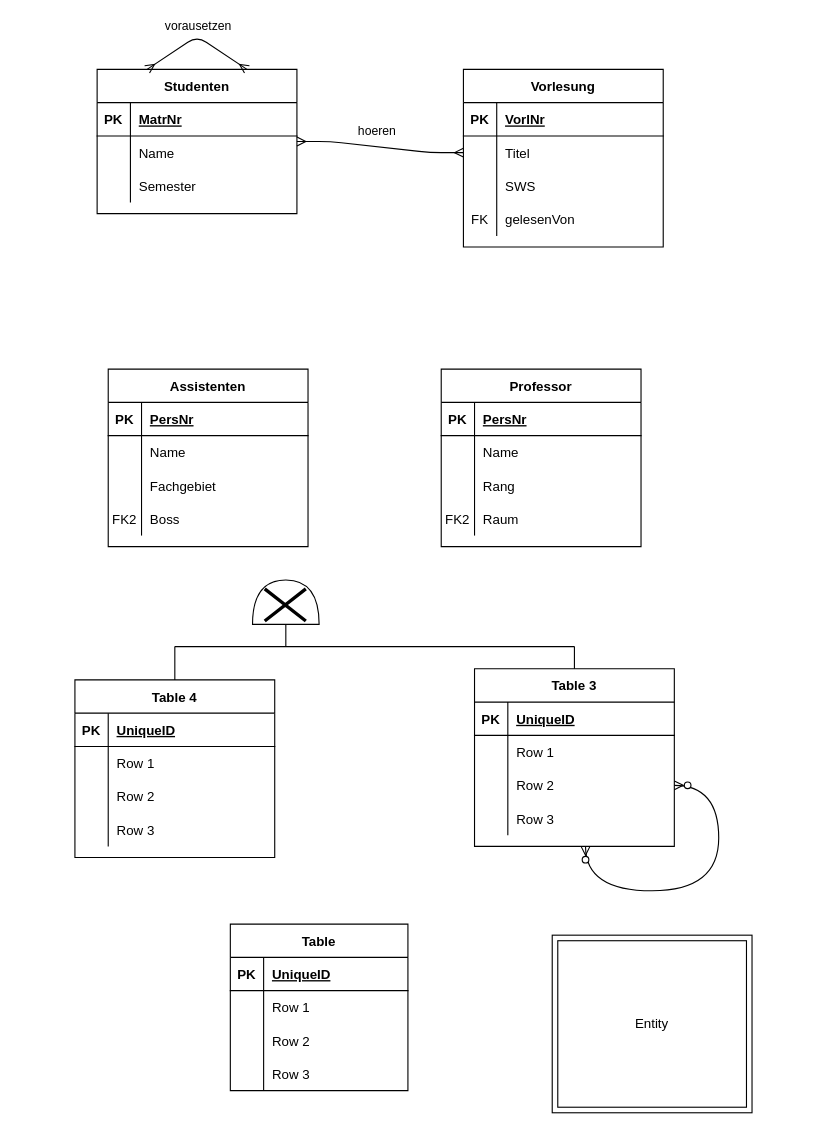
Earlier version of the draw.io diagram P1_A1_EERD.drawio (TobiasMusiol/DB2_SoSem21). Source tidied: cells renumbered, new cells numbered last; positions are measured from the earlier drawing's top-left corner, leaving out a move shared by most shapes. Both pictures are drawn from the tidied source at 111%, with x=0, y=0 at pixel (74, 36).
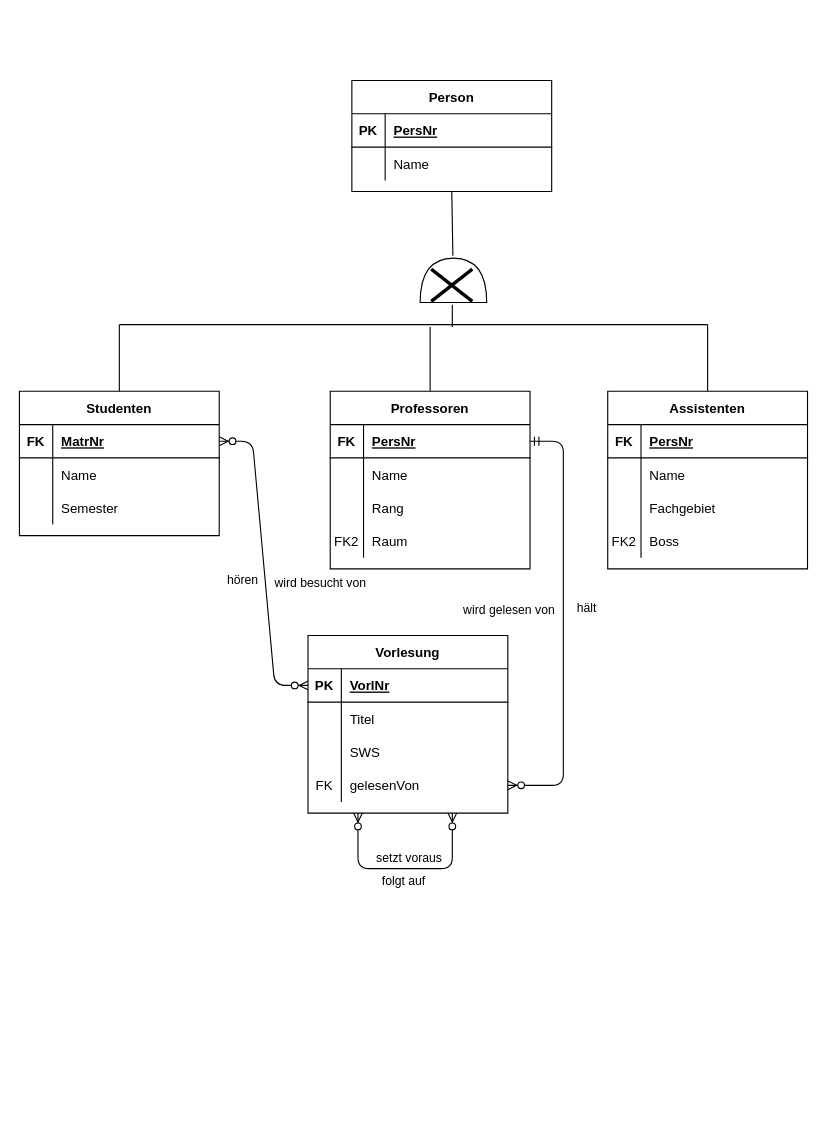
The same page after the edit.

The change refers to these unchanged cells:
```xml
<mxCell id="4" style="shape=partialRectangle;fillColor=none;top=0;left=0;bottom=1;right=0;points=[[0,0.5],[1,0.5]];portConstraint=eastwest;" parent="3" vertex="1">
  <mxGeometry y="30" width="180" height="30" as="geometry" />
</mxCell>
<mxCell id="14" style="shape=partialRectangle;fillColor=none;top=0;left=0;bottom=1;right=0;points=[[0,0.5],[1,0.5]];portConstraint=eastwest;" parent="13" vertex="1">
  <mxGeometry y="30" width="180" height="30" as="geometry" />
</mxCell>
<mxCell id="17" style="shape=partialRectangle;fillColor=none;top=0;left=0;bottom=0;right=0;points=[[0,0.5],[1,0.5]];portConstraint=eastwest;" parent="13" vertex="1">
  <mxGeometry y="60" width="180" height="30" as="geometry" />
</mxCell>
<mxCell id="23" style="shape=partialRectangle;fillColor=none;top=0;left=0;bottom=0;right=0;points=[[0,0.5],[1,0.5]];portConstraint=eastwest;" parent="13" vertex="1">
  <mxGeometry y="120" width="180" height="30" as="geometry" />
</mxCell>
<mxCell id="73" style="shape=partialRectangle;fillColor=none;top=0;left=0;bottom=1;right=0;" parent="72" vertex="1">
  <mxGeometry y="30" width="180" height="30" as="geometry" />
</mxCell>
<mxCell id="86" style="shape=partialRectangle;fillColor=none;top=0;left=0;bottom=1;right=0;points=[[0,0.5],[1,0.5]];portConstraint=eastwest;" parent="85" vertex="1">
  <mxGeometry y="30" width="180" height="30" as="geometry" />
</mxCell>
```

Change to the diagram source:
```diff
@@
-    <mxCell id="2" value="Entity" style="shape=ext;margin=3;double=1;whiteSpace=wrap;html=1;align=center;strokeWidth=1;" parent="1" vertex="1">
-      <mxGeometry x="430" y="810" width="180" height="160" as="geometry" />
-    </mxCell>
     <mxCell id="3" value="Studenten" style="shape=table;startSize=30;childLayout=tableLayout;rowLines=0;fontStyle=1;align=center;" parent="1" vertex="1">
-      <mxGeometry x="20" y="30" width="180" height="130" as="geometry" />
+      <mxGeometry x="-50" y="320" width="180" height="130" as="geometry" />
     </mxCell>
@@
-    <mxCell id="5" value="PK" style="shape=partialRectangle;fillColor=none;top=0;left=0;bottom=0;right=0;fontStyle=1;overflow=hidden;" parent="4" vertex="1">
+    <mxCell id="5" value="FK" style="shape=partialRectangle;fillColor=none;top=0;left=0;bottom=0;right=0;fontStyle=1;overflow=hidden;" parent="4" vertex="1">
       <mxGeometry width="30" height="30" as="geometry" />
     </mxCell>
@@
-    <mxCell id="13" value="Vorlesung" style="shape=table;startSize=30;childLayout=tableLayout;rowLines=0;fontStyle=1;align=center;" parent="1" vertex="1">
-      <mxGeometry x="350" y="30" width="180" height="160" as="geometry" />
+    <mxCell id="13" value="Vorlesung" style="shape=table;startSize=30;childLayout=tableLayout;rowLines=0;fontStyle=1;align=center;rounded=0;" parent="1" vertex="1">
+      <mxGeometry x="210" y="540" width="180" height="160" as="geometry" />
     </mxCell>
@@
     <mxCell id="26" style="shape=or;whiteSpace=wrap;html=1;rotation=-90;" parent="1" vertex="1">
-      <mxGeometry x="170" y="480" width="40" height="60" as="geometry" />
+      <mxGeometry x="321" y="190" width="40" height="60" as="geometry" />
     </mxCell>
     <mxCell id="27" style="shape=umlDestroy;whiteSpace=wrap;html=1;strokeWidth=3;" parent="1" vertex="1">
-      <mxGeometry x="171" y="498" width="37" height="29" as="geometry" />
+      <mxGeometry x="321" y="210" width="37" height="29" as="geometry" />
     </mxCell>
-    <mxCell id="28" value="Table 3" style="shape=table;startSize=30;childLayout=tableLayout;rowLines=0;fontStyle=1;align=center;" parent="1" vertex="1">
-      <mxGeometry x="360" y="570" width="180" height="160" as="geometry" />
-    </mxCell>
-    <mxCell id="29" style="shape=partialRectangle;fillColor=none;top=0;left=0;bottom=1;right=0;" parent="28" vertex="1">
-      <mxGeometry y="30" width="180" height="30" as="geometry" />
-    </mxCell>
-    <mxCell id="30" value="PK" style="shape=partialRectangle;fillColor=none;top=0;left=0;bottom=0;right=0;fontStyle=1;overflow=hidden;" parent="29" vertex="1">
-      <mxGeometry width="30" height="30" as="geometry" />
-    </mxCell>
-    <mxCell id="31" value="UniqueID" style="shape=partialRectangle;fillColor=none;top=0;left=0;bottom=0;right=0;align=left;spacingLeft=6;fontStyle=5;overflow=hidden;" parent="29" vertex="1">
-      <mxGeometry x="30" width="150" height="30" as="geometry" />
-    </mxCell>
-    <mxCell id="32" style="shape=partialRectangle;fillColor=none;top=0;left=0;bottom=0;right=0;" parent="28" vertex="1">
-      <mxGeometry y="60" width="180" height="30" as="geometry" />
-    </mxCell>
-    <mxCell id="33" style="shape=partialRectangle;fillColor=none;top=0;left=0;bottom=0;right=0;overflow=hidden;" parent="32" vertex="1">
-      <mxGeometry width="30" height="30" as="geometry" />
-    </mxCell>
-    <mxCell id="34" value="Row 1" style="shape=partialRectangle;fillColor=none;top=0;left=0;bottom=0;right=0;align=left;spacingLeft=6;overflow=hidden;" parent="32" vertex="1">
-      <mxGeometry x="30" width="150" height="30" as="geometry" />
-    </mxCell>
-    <mxCell id="35" style="shape=partialRectangle;fillColor=none;top=0;left=0;bottom=0;right=0;points=[[0,0.5],[1,0.5]];portConstraint=eastwest;" parent="28" vertex="1">
-      <mxGeometry y="90" width="180" height="30" as="geometry" />
-    </mxCell>
-    <mxCell id="36" style="shape=partialRectangle;fillColor=none;top=0;left=0;bottom=0;right=0;overflow=hidden;" parent="35" vertex="1">
-      <mxGeometry width="30" height="30" as="geometry" />
-    </mxCell>
-    <mxCell id="37" value="Row 2" style="shape=partialRectangle;fillColor=none;top=0;left=0;bottom=0;right=0;align=left;spacingLeft=6;overflow=hidden;" parent="35" vertex="1">
-      <mxGeometry x="30" width="150" height="30" as="geometry" />
-    </mxCell>
-    <mxCell id="38" style="shape=partialRectangle;fillColor=none;top=0;left=0;bottom=0;right=0;" parent="28" vertex="1">
-      <mxGeometry y="120" width="180" height="30" as="geometry" />
-    </mxCell>
-    <mxCell id="39" style="shape=partialRectangle;fillColor=none;top=0;left=0;bottom=0;right=0;overflow=hidden;" parent="38" vertex="1">
-      <mxGeometry width="30" height="30" as="geometry" />
-    </mxCell>
-    <mxCell id="40" value="Row 3" style="shape=partialRectangle;fillColor=none;top=0;left=0;bottom=0;right=0;align=left;spacingLeft=6;overflow=hidden;" parent="38" vertex="1">
-      <mxGeometry x="30" width="150" height="30" as="geometry" />
-    </mxCell>
-    <mxCell id="41" style="edgeStyle=orthogonalEdgeStyle;fontSize=12;html=1;endArrow=ERzeroToMany;endFill=1;startArrow=ERzeroToMany;jumpStyle=sharp;exitX=1;exitY=0.5;exitDx=0;exitDy=0;curved=1;" parent="28" edge="1" source="35">
-      <mxGeometry relative="1" as="geometry">
-        <mxPoint x="100" y="160" as="targetPoint" />
-        <Array as="points">
-          <mxPoint x="220" y="105" />
-          <mxPoint x="220" y="200" />
-          <mxPoint x="100" y="200" />
-        </Array>
-      </mxGeometry>
-    </mxCell>
-    <mxCell id="42" style="endArrow=none;html=1;rounded=0;entryX=0.5;entryY=0;entryDx=0;entryDy=0;" parent="1" edge="1" target="28">
+    <mxCell id="42" style="endArrow=none;html=1;rounded=0;entryX=0.5;entryY=0;entryDx=0;entryDy=0;" parent="1" edge="1" target="72">
       <mxGeometry relative="1" as="geometry">
-        <mxPoint x="450" y="550" as="sourcePoint" />
+        <mxPoint x="570" y="260" as="sourcePoint" />
       </mxGeometry>
     </mxCell>
-    <mxCell id="43" value="Table 4" style="shape=table;startSize=30;childLayout=tableLayout;rowLines=0;fontStyle=1;align=center;" parent="1" vertex="1">
-      <mxGeometry y="580" width="180" height="160" as="geometry" />
-    </mxCell>
-    <mxCell id="44" style="shape=partialRectangle;fillColor=none;top=0;left=0;bottom=1;right=0;" parent="43" vertex="1">
-      <mxGeometry y="30" width="180" height="30" as="geometry" />
-    </mxCell>
-    <mxCell id="45" value="PK" style="shape=partialRectangle;fillColor=none;top=0;left=0;bottom=0;right=0;fontStyle=1;overflow=hidden;" parent="44" vertex="1">
-      <mxGeometry width="30" height="30" as="geometry" />
-    </mxCell>
-    <mxCell id="46" value="UniqueID" style="shape=partialRectangle;fillColor=none;top=0;left=0;bottom=0;right=0;align=left;spacingLeft=6;fontStyle=5;overflow=hidden;" parent="44" vertex="1">
-      <mxGeometry x="30" width="150" height="30" as="geometry" />
-    </mxCell>
-    <mxCell id="47" style="shape=partialRectangle;fillColor=none;top=0;left=0;bottom=0;right=0;" parent="43" vertex="1">
-      <mxGeometry y="60" width="180" height="30" as="geometry" />
-    </mxCell>
-    <mxCell id="48" style="shape=partialRectangle;fillColor=none;top=0;left=0;bottom=0;right=0;overflow=hidden;" parent="47" vertex="1">
-      <mxGeometry width="30" height="30" as="geometry" />
-    </mxCell>
-    <mxCell id="49" value="Row 1" style="shape=partialRectangle;fillColor=none;top=0;left=0;bottom=0;right=0;align=left;spacingLeft=6;overflow=hidden;" parent="47" vertex="1">
-      <mxGeometry x="30" width="150" height="30" as="geometry" />
-    </mxCell>
-    <mxCell id="50" style="shape=partialRectangle;fillColor=none;top=0;left=0;bottom=0;right=0;" parent="43" vertex="1">
-      <mxGeometry y="90" width="180" height="30" as="geometry" />
-    </mxCell>
-    <mxCell id="51" style="shape=partialRectangle;fillColor=none;top=0;left=0;bottom=0;right=0;overflow=hidden;" parent="50" vertex="1">
-      <mxGeometry width="30" height="30" as="geometry" />
-    </mxCell>
-    <mxCell id="52" value="Row 2" style="shape=partialRectangle;fillColor=none;top=0;left=0;bottom=0;right=0;align=left;spacingLeft=6;overflow=hidden;" parent="50" vertex="1">
-      <mxGeometry x="30" width="150" height="30" as="geometry" />
-    </mxCell>
-    <mxCell id="53" style="shape=partialRectangle;fillColor=none;top=0;left=0;bottom=0;right=0;" parent="43" vertex="1">
-      <mxGeometry y="120" width="180" height="30" as="geometry" />
-    </mxCell>
-    <mxCell id="54" style="shape=partialRectangle;fillColor=none;top=0;left=0;bottom=0;right=0;overflow=hidden;" parent="53" vertex="1">
-      <mxGeometry width="30" height="30" as="geometry" />
-    </mxCell>
-    <mxCell id="55" value="Row 3" style="shape=partialRectangle;fillColor=none;top=0;left=0;bottom=0;right=0;align=left;spacingLeft=6;overflow=hidden;" parent="53" vertex="1">
-      <mxGeometry x="30" width="150" height="30" as="geometry" />
-    </mxCell>
-    <mxCell id="56" style="endArrow=none;html=1;rounded=0;entryX=0.5;entryY=0;entryDx=0;entryDy=0;" parent="1" edge="1" target="43">
+    <mxCell id="56" style="endArrow=none;html=1;rounded=0;entryX=0.5;entryY=0;entryDx=0;entryDy=0;" parent="1" edge="1" target="85">
       <mxGeometry relative="1" as="geometry">
-        <mxPoint x="90" y="550" as="sourcePoint" />
+        <mxPoint x="320" y="262" as="sourcePoint" />
       </mxGeometry>
     </mxCell>
     <mxCell id="57" style="endArrow=none;html=1;rounded=0;" parent="1" edge="1">
       <mxGeometry relative="1" as="geometry">
-        <mxPoint x="90" y="550" as="sourcePoint" />
-        <mxPoint x="450" y="550" as="targetPoint" />
+        <mxPoint x="40" y="260" as="sourcePoint" />
+        <mxPoint x="570" y="260" as="targetPoint" />
       </mxGeometry>
     </mxCell>
-    <mxCell id="58" style="endArrow=none;html=1;rounded=0;exitX=0;exitY=0.5;exitDx=0;exitDy=0;exitPerimeter=0;" parent="1" edge="1" source="26">
+    <mxCell id="58" style="endArrow=none;html=1;rounded=0;exitX=0;exitY=0.5;exitDx=0;exitDy=0;exitPerimeter=0;" parent="1" edge="1">
       <mxGeometry relative="1" as="geometry">
-        <mxPoint x="190" y="550" as="targetPoint" />
+        <mxPoint x="340" y="242" as="sourcePoint" />
+        <mxPoint x="340" y="262" as="targetPoint" />
       </mxGeometry>
     </mxCell>
-    <mxCell id="59" value="Table" style="shape=table;startSize=30;childLayout=tableLayout;rowLines=0;fontStyle=1;align=center;strokeWidth=1;perimeterSpacing=0;swimlaneFillColor=none;shadow=0;sketch=0;" parent="1" vertex="1">
-      <mxGeometry x="140" y="800" width="160" height="150" as="geometry" />
-    </mxCell>
-    <mxCell id="60" style="shape=partialRectangle;fillColor=none;top=0;left=0;bottom=1;right=0;" parent="59" vertex="1">
-      <mxGeometry y="30" width="160" height="30" as="geometry" />
-    </mxCell>
-    <mxCell id="61" value="PK" style="shape=partialRectangle;fillColor=none;top=0;left=0;bottom=0;right=0;fontStyle=1;overflow=hidden;" parent="60" vertex="1">
-      <mxGeometry width="30" height="30" as="geometry" />
-    </mxCell>
-    <mxCell id="62" value="UniqueID" style="shape=partialRectangle;fillColor=none;top=0;left=0;bottom=0;right=0;align=left;spacingLeft=6;fontStyle=5;overflow=hidden;" parent="60" vertex="1">
-      <mxGeometry x="30" width="130" height="30" as="geometry" />
-    </mxCell>
-    <mxCell id="63" style="shape=partialRectangle;fillColor=none;top=0;left=0;bottom=0;right=0;shadow=0;" parent="59" vertex="1">
-      <mxGeometry y="60" width="160" height="30" as="geometry" />
-    </mxCell>
-    <mxCell id="64" style="shape=partialRectangle;fillColor=none;top=0;left=0;bottom=0;right=0;overflow=hidden;" parent="63" vertex="1">
-      <mxGeometry width="30" height="30" as="geometry" />
-    </mxCell>
-    <mxCell id="65" value="Row 1" style="shape=partialRectangle;fillColor=none;top=0;left=0;bottom=0;right=0;align=left;spacingLeft=6;overflow=hidden;" parent="63" vertex="1">
-      <mxGeometry x="30" width="130" height="30" as="geometry" />
-    </mxCell>
-    <mxCell id="66" style="shape=partialRectangle;fillColor=none;top=0;left=0;bottom=0;right=0;" parent="59" vertex="1">
-      <mxGeometry y="90" width="160" height="30" as="geometry" />
-    </mxCell>
-    <mxCell id="67" style="shape=partialRectangle;fillColor=none;top=0;left=0;bottom=0;right=0;overflow=hidden;" parent="66" vertex="1">
-      <mxGeometry width="30" height="30" as="geometry" />
-    </mxCell>
-    <mxCell id="68" value="Row 2" style="shape=partialRectangle;fillColor=none;top=0;left=0;bottom=0;right=0;align=left;spacingLeft=6;overflow=hidden;" parent="66" vertex="1">
-      <mxGeometry x="30" width="130" height="30" as="geometry" />
-    </mxCell>
-    <mxCell id="69" style="shape=partialRectangle;fillColor=none;top=0;left=0;bottom=0;right=0;" parent="59" vertex="1">
-      <mxGeometry y="120" width="160" height="30" as="geometry" />
-    </mxCell>
-    <mxCell id="70" style="shape=partialRectangle;fillColor=none;top=0;left=0;bottom=0;right=0;overflow=hidden;" parent="69" vertex="1">
-      <mxGeometry width="30" height="30" as="geometry" />
-    </mxCell>
-    <mxCell id="71" value="Row 3" style="shape=partialRectangle;fillColor=none;top=0;left=0;bottom=0;right=0;align=left;spacingLeft=6;overflow=hidden;" parent="69" vertex="1">
-      <mxGeometry x="30" width="130" height="30" as="geometry" />
-    </mxCell>
     <mxCell id="72" value="Assistenten" style="shape=table;startSize=30;childLayout=tableLayout;rowLines=0;fontStyle=1;align=center;" parent="1" vertex="1">
-      <mxGeometry x="30" y="300" width="180" height="160" as="geometry" />
+      <mxGeometry x="480" y="320" width="180" height="160" as="geometry" />
     </mxCell>
@@
-    <mxCell id="74" value="PK" style="shape=partialRectangle;fillColor=none;top=0;left=0;bottom=0;right=0;fontStyle=1;overflow=hidden;" parent="73" vertex="1">
+    <mxCell id="74" value="FK" style="shape=partialRectangle;fillColor=none;top=0;left=0;bottom=0;right=0;fontStyle=1;overflow=hidden;" parent="73" vertex="1">
       <mxGeometry width="30" height="30" as="geometry" />
     </mxCell>
@@
-    <mxCell id="85" value="Professor" style="shape=table;startSize=30;childLayout=tableLayout;rowLines=0;fontStyle=1;align=center;" parent="1" vertex="1">
-      <mxGeometry x="330" y="300" width="180" height="160" as="geometry" />
+    <mxCell id="85" value="Professoren" style="shape=table;startSize=30;childLayout=tableLayout;rowLines=0;fontStyle=1;align=center;" parent="1" vertex="1">
+      <mxGeometry x="230" y="320" width="180" height="160" as="geometry" />
     </mxCell>
@@
-    <mxCell id="87" value="PK" style="shape=partialRectangle;fillColor=none;top=0;left=0;bottom=0;right=0;fontStyle=1;overflow=hidden;" parent="86" vertex="1">
+    <mxCell id="87" value="FK" style="shape=partialRectangle;fillColor=none;top=0;left=0;bottom=0;right=0;fontStyle=1;overflow=hidden;" parent="86" vertex="1">
       <mxGeometry width="30" height="30" as="geometry" />
     </mxCell>
@@
-    <mxCell id="98" style="edgeStyle=entityRelationEdgeStyle;fontSize=12;html=1;endArrow=ERmany;startArrow=ERmany;" parent="1" edge="1" source="3" target="17">
-      <mxGeometry relative="1" as="geometry" />
-    </mxCell>
-    <mxCell id="99" value="&lt;div&gt;hoeren&lt;/div&gt;" style="edgeLabel;html=1;align=center;verticalAlign=middle;" parent="98" vertex="1">
-      <mxGeometry x="0.07" y="-2" relative="1" as="geometry">
-        <mxPoint x="-9" y="-17" as="offset" />
-      </mxGeometry>
-    </mxCell>
-    <mxCell id="100" style="edgeStyle=entityRelationEdgeStyle;fontSize=12;html=1;endArrow=ERmany;startArrow=ERmany;entryX=0.75;entryY=0;entryDx=0;entryDy=0;exitX=0.25;exitY=0;exitDx=0;exitDy=0;" parent="1" edge="1" source="3" target="3">
-      <mxGeometry relative="1" as="geometry">
-        <Array as="points">
-          <mxPoint x="110" />
-        </Array>
-      </mxGeometry>
-    </mxCell>
-    <mxCell id="101" value="&lt;div&gt;vorausetzen&lt;/div&gt;" style="edgeLabel;html=1;align=center;verticalAlign=middle;" parent="100" vertex="1">
-      <mxGeometry x="-0.34" y="1" relative="1" as="geometry">
-        <mxPoint x="16" y="-19" as="offset" />
-      </mxGeometry>
-    </mxCell>
+    <mxCell id="102" style="edgeStyle=entityRelationEdgeStyle;fontSize=12;html=1;endArrow=ERzeroToMany;startArrow=ERmandOne;entryX=1;entryY=0.5;entryDx=0;entryDy=0;" parent="1" edge="1" source="86" target="23">
+      <mxGeometry relative="1" as="geometry" />
+    </mxCell>
+    <mxCell id="103" value="&lt;div&gt;wird gelesen von&lt;/div&gt;" style="edgeLabel;html=1;align=center;verticalAlign=middle;" parent="102" vertex="1">
+      <mxGeometry x="0.05" y="-1" relative="1" as="geometry">
+        <mxPoint x="-49" y="-24" as="offset" />
+      </mxGeometry>
+    </mxCell>
+    <mxCell id="104" value="&lt;div&gt;hält&lt;/div&gt;" style="edgeLabel;html=1;align=center;verticalAlign=middle;" parent="102" vertex="1">
+      <mxGeometry x="-0.09" y="-4" relative="1" as="geometry">
+        <mxPoint x="24" y="2" as="offset" />
+      </mxGeometry>
+    </mxCell>
+    <mxCell id="105" style="edgeStyle=entityRelationEdgeStyle;fontSize=12;html=1;endArrow=ERzeroToMany;endFill=1;startArrow=ERzeroToMany;entryX=0;entryY=0.5;entryDx=0;entryDy=0;exitX=1;exitY=0.5;exitDx=0;exitDy=0;" parent="1" edge="1" source="4" target="14">
+      <mxGeometry relative="1" as="geometry" />
+    </mxCell>
+    <mxCell id="106" value="&lt;div&gt;hören&lt;/div&gt;" style="edgeLabel;html=1;align=center;verticalAlign=middle;" parent="105" vertex="1">
+      <mxGeometry x="0.02" relative="1" as="geometry">
+        <mxPoint x="-20" y="12" as="offset" />
+      </mxGeometry>
+    </mxCell>
+    <mxCell id="107" value="&lt;div&gt;wird besucht von&lt;/div&gt;" style="edgeLabel;html=1;align=center;verticalAlign=middle;" parent="105" vertex="1">
+      <mxGeometry x="0.01" y="1" relative="1" as="geometry">
+        <mxPoint x="49" y="16" as="offset" />
+      </mxGeometry>
+    </mxCell>
+    <mxCell id="108" style="endArrow=none;html=1;rounded=0;exitX=0.5;exitY=1;exitDx=0;exitDy=0;" parent="1" edge="1" source="109">
+      <mxGeometry relative="1" as="geometry">
+        <mxPoint x="340.5" y="198" as="targetPoint" />
+      </mxGeometry>
+    </mxCell>
+    <mxCell id="109" value="Person" style="shape=table;startSize=30;childLayout=tableLayout;rowLines=0;fontStyle=1;align=center;" parent="1" vertex="1">
+      <mxGeometry x="249.5" y="40" width="180" height="100" as="geometry" />
+    </mxCell>
+    <mxCell id="110" style="shape=partialRectangle;fillColor=none;top=0;left=0;bottom=1;right=0;" parent="109" vertex="1">
+      <mxGeometry y="30" width="180" height="30" as="geometry" />
+    </mxCell>
+    <mxCell id="111" value="PK" style="shape=partialRectangle;fillColor=none;top=0;left=0;bottom=0;right=0;fontStyle=1;overflow=hidden;" parent="110" vertex="1">
+      <mxGeometry width="30" height="30" as="geometry" />
+    </mxCell>
+    <mxCell id="112" value="PersNr" style="shape=partialRectangle;fillColor=none;top=0;left=0;bottom=0;right=0;align=left;spacingLeft=6;fontStyle=5;overflow=hidden;" parent="110" vertex="1">
+      <mxGeometry x="30" width="150" height="30" as="geometry" />
+    </mxCell>
+    <mxCell id="113" style="shape=partialRectangle;fillColor=none;top=0;left=0;bottom=0;right=0;" parent="109" vertex="1">
+      <mxGeometry y="60" width="180" height="30" as="geometry" />
+    </mxCell>
+    <mxCell id="114" style="shape=partialRectangle;fillColor=none;top=0;left=0;bottom=0;right=0;overflow=hidden;" parent="113" vertex="1">
+      <mxGeometry width="30" height="30" as="geometry" />
+    </mxCell>
+    <mxCell id="115" value="Name" style="shape=partialRectangle;fillColor=none;top=0;left=0;bottom=0;right=0;align=left;spacingLeft=6;overflow=hidden;" parent="113" vertex="1">
+      <mxGeometry x="30" width="150" height="30" as="geometry" />
+    </mxCell>
+    <mxCell id="116" style="endArrow=none;html=1;rounded=0;exitX=0.5;exitY=0;exitDx=0;exitDy=0;" parent="1" edge="1" source="3">
+      <mxGeometry relative="1" as="geometry">
+        <mxPoint x="40" y="260" as="targetPoint" />
+      </mxGeometry>
+    </mxCell>
+    <mxCell id="117" style="edgeStyle=elbowEdgeStyle;fontSize=12;html=1;endArrow=ERzeroToMany;endFill=1;startArrow=ERzeroToMany;exitX=0.25;exitY=1;exitDx=0;exitDy=0;elbow=vertical;" parent="1" edge="1" source="13">
+      <mxGeometry relative="1" as="geometry">
+        <mxPoint x="340" y="700" as="targetPoint" />
+        <Array as="points">
+          <mxPoint x="300" y="750" />
+        </Array>
+      </mxGeometry>
+    </mxCell>
+    <mxCell id="118" value="&lt;div&gt;setzt voraus&lt;/div&gt;" style="edgeLabel;html=1;align=center;verticalAlign=middle;" parent="117" vertex="1">
+      <mxGeometry x="0.25" relative="1" as="geometry">
+        <mxPoint x="-21" y="-10" as="offset" />
+      </mxGeometry>
+    </mxCell>
+    <mxCell id="119" value="&lt;div&gt;folgt auf&lt;/div&gt;" style="edgeLabel;html=1;align=center;verticalAlign=middle;" parent="117" vertex="1">
+      <mxGeometry x="0.27" y="-3" relative="1" as="geometry">
+        <mxPoint x="-27" y="7" as="offset" />
+      </mxGeometry>
+    </mxCell>
```
